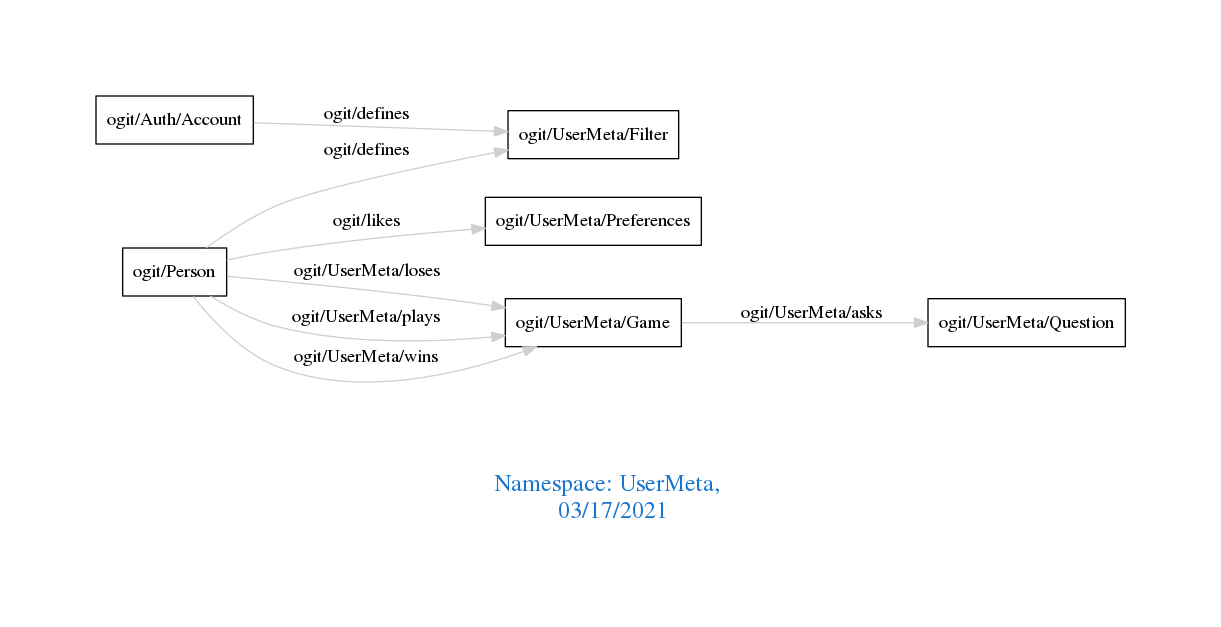
Before: downloads/UserMeta.png, a diagram exported from Graphviz (arago/OGIT). Its source is kept beside it as downloads/UserMeta.dot.
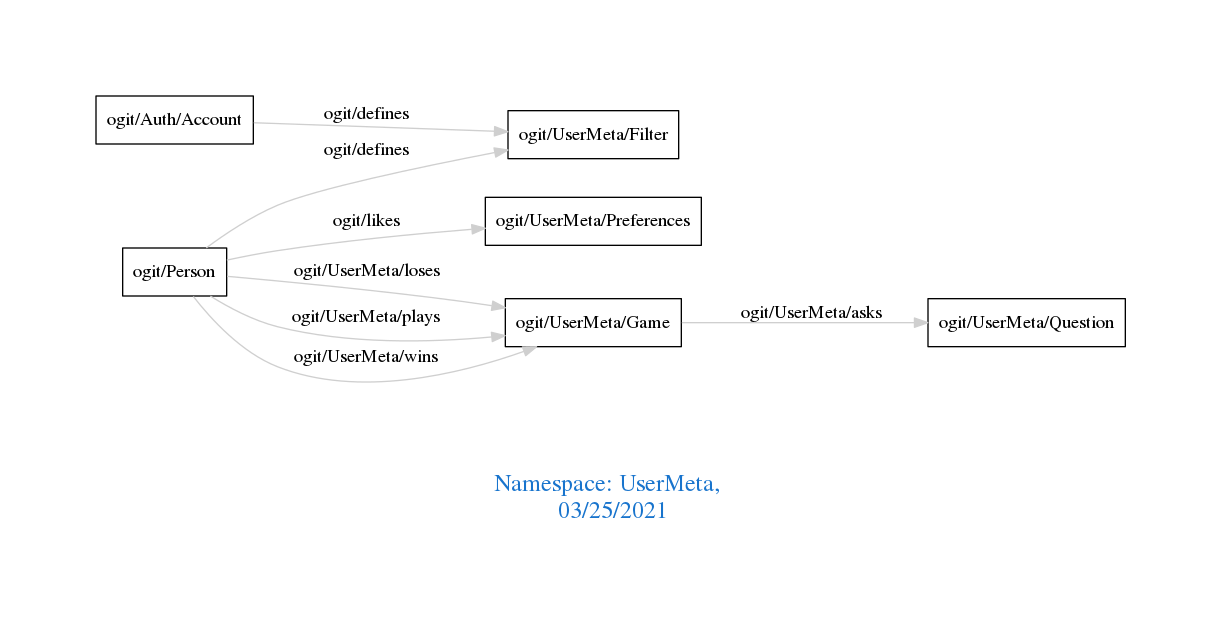
Later version of the same file.

Change to the diagram source:
```diff
@@ -1,7 +1,7 @@
 digraph OGIT_ontology {
  graph [ rankdir= LR,pad=1
 fontsize = 18,
-fontcolor= dodgerblue3,label = "\n\n\nNamespace: UserMeta, \n 03/17/2021"];
+fontcolor= dodgerblue3,label = "\n\n\nNamespace: UserMeta, \n 03/25/2021"];
 node[shape=polygon];
 edge [  color="gray81"];
 
```
